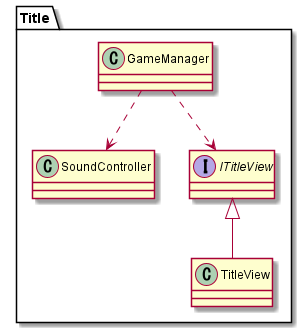
Earlier version of the PlantUML export Assets/_SlimeCatch/Docs/Title.png (RiseManagement/SlimeCatch).
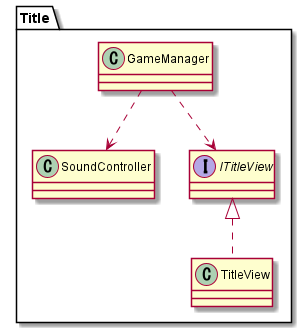
After the change.

Diff of the diagram source:
```diff
@@ -6,7 +6,7 @@
     class TitleView
     interface ITitleView
 
-    ITitleView <|-- TitleView
+    ITitleView <|.. TitleView
     GameManager ..> SoundController
     GameManager ..> ITitleView
 }
```
